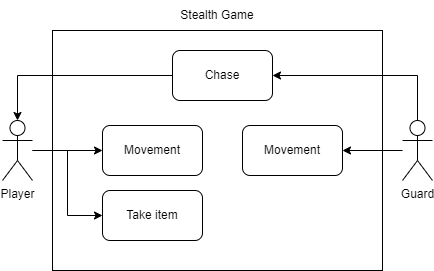
The draw.io diagram use case diagram.png in johannfac/A-Lone-Burglar, before a commit. Source tidied: cells renumbered, new cells last; positions are measured from the earlier drawing's top-left corner, leaving out a move shared by most shapes. Its diagram source:
```xml
<mxGraphModel>
  <root>
    <mxCell id="0" />
    <mxCell id="1" parent="0" />
    <mxCell id="2" style="rounded=0;whiteSpace=wrap;html=1;" parent="1" vertex="1">
      <mxGeometry x="50" y="30" width="330" height="240" as="geometry" />
    </mxCell>
    <mxCell id="3" style="edgeStyle=orthogonalEdgeStyle;rounded=0;jettySize=auto;html=1;entryX=0;entryY=0.5;entryDx=0;entryDy=0;" parent="1" edge="1" source="5" target="9">
      <mxGeometry relative="1" as="geometry" />
    </mxCell>
    <mxCell id="4" style="edgeStyle=orthogonalEdgeStyle;rounded=0;jettySize=auto;html=1;entryX=0;entryY=0.5;entryDx=0;entryDy=0;" parent="1" edge="1" source="5" target="10">
      <mxGeometry relative="1" as="geometry" />
    </mxCell>
    <mxCell id="5" value="Player" style="shape=umlActor;verticalLabelPosition=bottom;verticalAlign=top;html=1;outlineConnect=0;" parent="1" vertex="1">
      <mxGeometry y="120" width="30" height="60" as="geometry" />
    </mxCell>
    <mxCell id="6" style="edgeStyle=orthogonalEdgeStyle;rounded=0;jettySize=auto;html=1;entryX=1;entryY=0.5;entryDx=0;entryDy=0;" parent="1" edge="1" source="8" target="12">
      <mxGeometry relative="1" as="geometry" />
    </mxCell>
    <mxCell id="7" style="edgeStyle=orthogonalEdgeStyle;rounded=0;jettySize=auto;html=1;entryX=1;entryY=0.5;entryDx=0;entryDy=0;" parent="1" edge="1" source="8" target="14">
      <mxGeometry relative="1" as="geometry">
        <Array as="points">
          <mxPoint x="415" y="75" />
        </Array>
      </mxGeometry>
    </mxCell>
    <mxCell id="8" value="Guard" style="shape=umlActor;verticalLabelPosition=bottom;verticalAlign=top;html=1;outlineConnect=0;" parent="1" vertex="1">
      <mxGeometry x="400" y="120" width="30" height="60" as="geometry" />
    </mxCell>
    <mxCell id="9" value="Movement" style="rounded=1;whiteSpace=wrap;html=1;" parent="1" vertex="1">
      <mxGeometry x="100" y="125" width="100" height="50" as="geometry" />
    </mxCell>
    <mxCell id="10" value="Take item" style="rounded=1;whiteSpace=wrap;html=1;" parent="1" vertex="1">
      <mxGeometry x="100" y="190" width="100" height="50" as="geometry" />
    </mxCell>
    <mxCell id="11" value="Stealth Game" style="text;html=1;strokeColor=none;fillColor=none;align=center;verticalAlign=middle;whiteSpace=wrap;rounded=0;" parent="1" vertex="1">
      <mxGeometry x="170" width="90" height="30" as="geometry" />
    </mxCell>
    <mxCell id="12" value="Movement" style="rounded=1;whiteSpace=wrap;html=1;" parent="1" vertex="1">
      <mxGeometry x="240" y="125" width="100" height="50" as="geometry" />
    </mxCell>
    <mxCell id="13" style="edgeStyle=orthogonalEdgeStyle;rounded=0;jettySize=auto;html=1;entryX=0.5;entryY=0;entryDx=0;entryDy=0;entryPerimeter=0;" parent="1" edge="1" source="14" target="5">
      <mxGeometry relative="1" as="geometry" />
    </mxCell>
    <mxCell id="14" value="Chase" style="rounded=1;whiteSpace=wrap;html=1;" parent="1" vertex="1">
      <mxGeometry x="170" y="50" width="100" height="50" as="geometry" />
    </mxCell>
  </root>
</mxGraphModel>
```
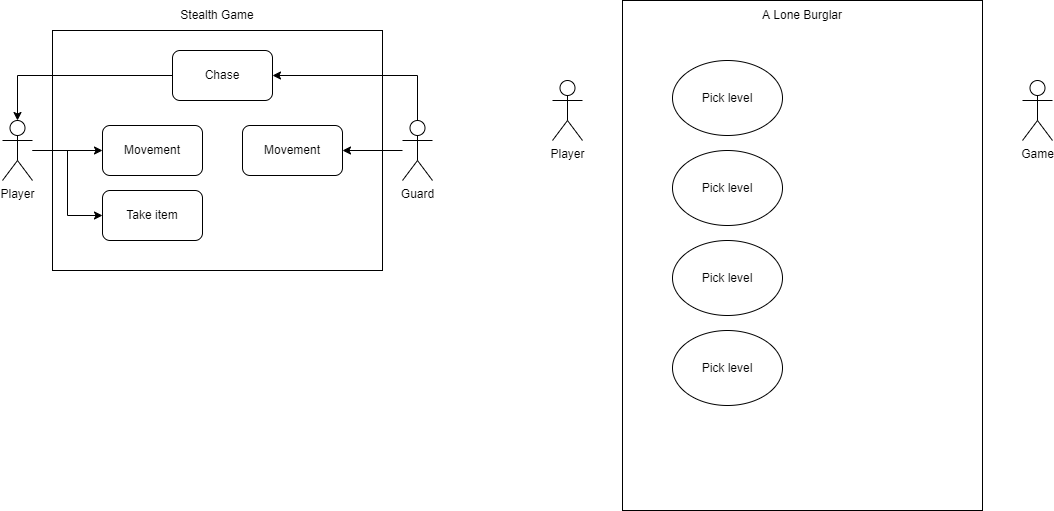
The same diagram one commit later.

Change to the diagram source:
```diff
@@ -45,5 +45,29 @@
     <mxCell id="14" value="Chase" style="rounded=1;whiteSpace=wrap;html=1;" parent="1" vertex="1">
       <mxGeometry x="170" y="50" width="100" height="50" as="geometry" />
     </mxCell>
+    <mxCell id="15" style="rounded=0;whiteSpace=wrap;html=1;" parent="1" vertex="1">
+      <mxGeometry x="620" width="360" height="510" as="geometry" />
+    </mxCell>
+    <mxCell id="16" value="A Lone Burglar" style="text;html=1;strokeColor=none;fillColor=none;align=center;verticalAlign=middle;whiteSpace=wrap;rounded=0;" parent="1" vertex="1">
+      <mxGeometry x="755" width="90" height="30" as="geometry" />
+    </mxCell>
+    <mxCell id="17" value="Game" style="shape=umlActor;verticalLabelPosition=bottom;verticalAlign=top;html=1;" parent="1" vertex="1">
+      <mxGeometry x="1020" y="80" width="30" height="60" as="geometry" />
+    </mxCell>
+    <mxCell id="18" value="Player" style="shape=umlActor;verticalLabelPosition=bottom;verticalAlign=top;html=1;" parent="1" vertex="1">
+      <mxGeometry x="550" y="80" width="30" height="60" as="geometry" />
+    </mxCell>
+    <mxCell id="19" value="Pick level" style="ellipse;whiteSpace=wrap;html=1;" parent="1" vertex="1">
+      <mxGeometry x="670" y="60" width="110" height="75" as="geometry" />
+    </mxCell>
+    <mxCell id="20" value="Pick level" style="ellipse;whiteSpace=wrap;html=1;" parent="1" vertex="1">
+      <mxGeometry x="670" y="150" width="110" height="75" as="geometry" />
+    </mxCell>
+    <mxCell id="21" value="Pick level" style="ellipse;whiteSpace=wrap;html=1;" parent="1" vertex="1">
+      <mxGeometry x="670" y="240" width="110" height="75" as="geometry" />
+    </mxCell>
+    <mxCell id="22" value="Pick level" style="ellipse;whiteSpace=wrap;html=1;" parent="1" vertex="1">
+      <mxGeometry x="670" y="330" width="110" height="75" as="geometry" />
+    </mxCell>
   </root>
 </mxGraphModel>
```
